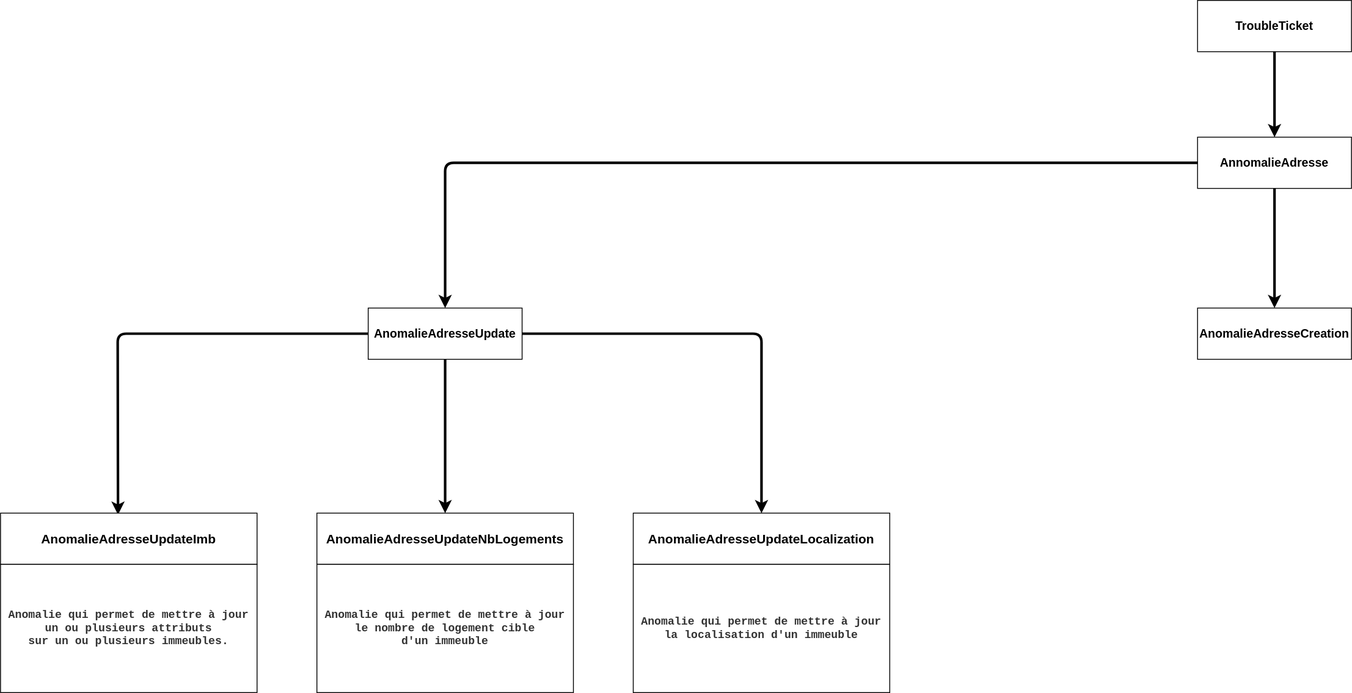
before-interop/anomalieAdresse keeps this draw.io diagram as type.drawio.svg. Above is the earlier version. Source tidied: cells renumbered, new cells last; positions are measured from the earlier drawing's top-left corner, leaving out a move shared by most shapes.
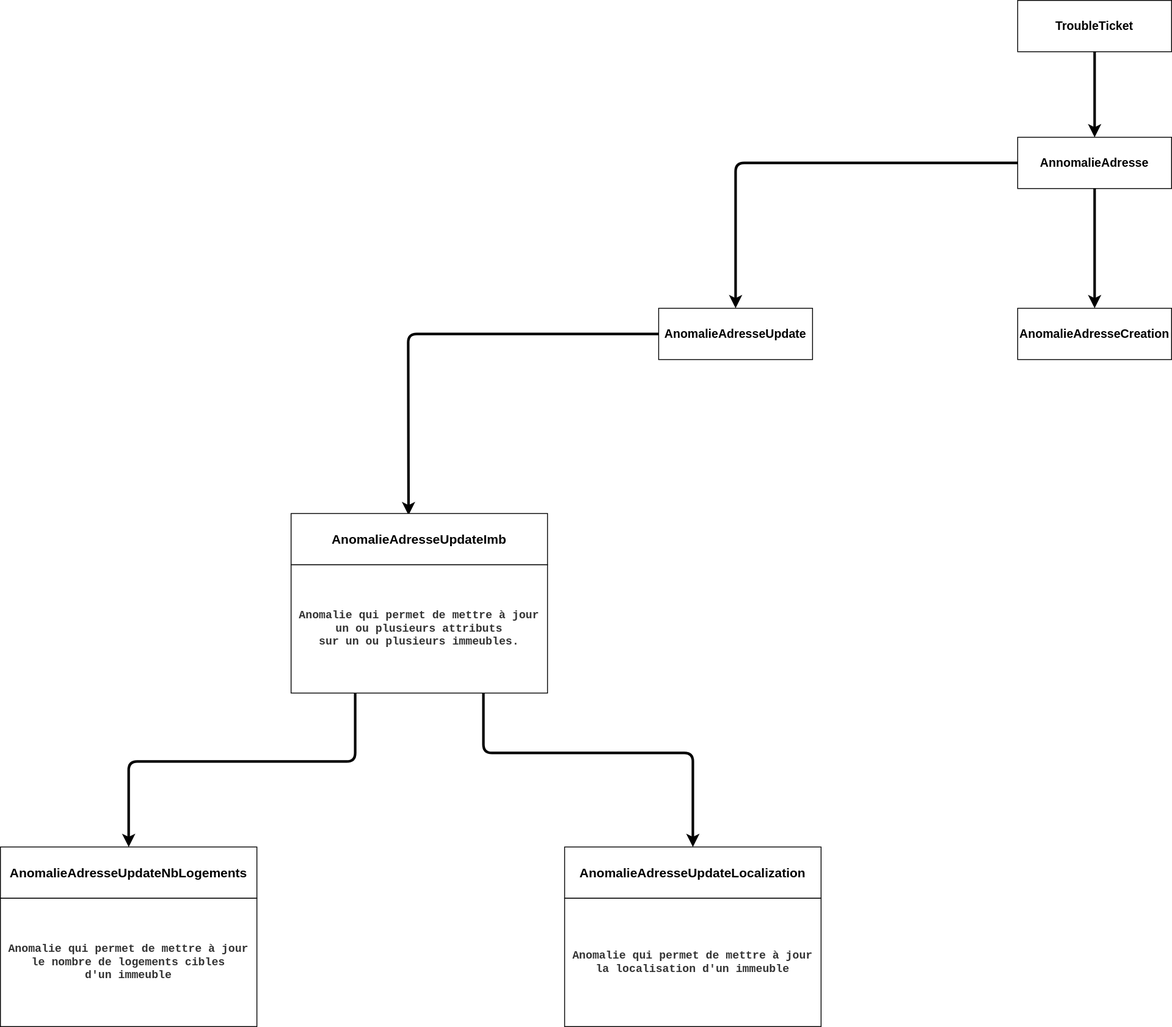
The same file after the commit.

Diff of the diagram source:
```diff
@@ -6,7 +6,7 @@
       <mxGeometry relative="1" as="geometry" />
     </mxCell>
     <mxCell id="3" value="TroubleTicket" style="rounded=0;whiteSpace=wrap;html=1;fontStyle=1;fontSize=14;" parent="1" vertex="1">
-      <mxGeometry x="1400" width="180" height="60" as="geometry" />
+      <mxGeometry x="850" width="180" height="60" as="geometry" />
     </mxCell>
     <mxCell id="4" style="edgeStyle=none;html=1;entryX=0.5;entryY=0;entryDx=0;entryDy=0;strokeWidth=3;" parent="1" edge="1" source="6" target="10">
       <mxGeometry relative="1" as="geometry">
@@ -19,7 +19,7 @@
       <mxGeometry relative="1" as="geometry" />
     </mxCell>
     <mxCell id="6" value="AnnomalieAdresse" style="rounded=0;whiteSpace=wrap;html=1;fontStyle=1;fontSize=14;" parent="1" vertex="1">
-      <mxGeometry x="1400" y="160" width="180" height="60" as="geometry" />
+      <mxGeometry x="850" y="160" width="180" height="60" as="geometry" />
     </mxCell>
     <mxCell id="7" style="edgeStyle=none;html=1;entryX=0.458;entryY=0.032;entryDx=0;entryDy=0;entryPerimeter=0;strokeWidth=3;" parent="1" edge="1" source="10" target="11">
       <mxGeometry relative="1" as="geometry">
@@ -28,13 +28,19 @@
         </Array>
       </mxGeometry>
     </mxCell>
-    <mxCell id="8" style="edgeStyle=none;html=1;strokeWidth=3;" parent="1" edge="1" source="10" target="12">
-      <mxGeometry relative="1" as="geometry" />
+    <mxCell id="8" style="edgeStyle=none;html=1;strokeWidth=3;exitX=0.25;exitY=1;exitDx=0;exitDy=0;" parent="1" edge="1" source="15" target="12">
+      <mxGeometry relative="1" as="geometry">
+        <Array as="points">
+          <mxPoint x="75" y="890" />
+          <mxPoint x="-190" y="890" />
+        </Array>
+      </mxGeometry>
     </mxCell>
-    <mxCell id="9" style="edgeStyle=none;html=1;entryX=0.5;entryY=0;entryDx=0;entryDy=0;strokeWidth=3;" parent="1" edge="1" source="10" target="13">
+    <mxCell id="9" style="edgeStyle=none;html=1;entryX=0.5;entryY=0;entryDx=0;entryDy=0;strokeWidth=3;exitX=0.75;exitY=1;exitDx=0;exitDy=0;" parent="1" edge="1" source="15" target="13">
       <mxGeometry relative="1" as="geometry">
         <Array as="points">
-          <mxPoint x="890" y="390" />
+          <mxPoint x="225" y="880" />
+          <mxPoint x="470" y="880" />
         </Array>
       </mxGeometry>
     </mxCell>
@@ -45,22 +51,22 @@
       <mxGeometry y="600" width="300" height="60" as="geometry" />
     </mxCell>
     <mxCell id="12" value="AnomalieAdresseUpdateNbLogements" style="rounded=0;whiteSpace=wrap;html=1;fontStyle=1;fontSize=15;" parent="1" vertex="1">
-      <mxGeometry x="370" y="600" width="300" height="60" as="geometry" />
+      <mxGeometry x="-340" y="990" width="300" height="60" as="geometry" />
     </mxCell>
     <mxCell id="13" value="AnomalieAdresseUpdateLocalization" style="rounded=0;whiteSpace=wrap;html=1;fontStyle=1;fontSize=15;" parent="1" vertex="1">
-      <mxGeometry x="740" y="600" width="300" height="60" as="geometry" />
+      <mxGeometry x="320" y="990" width="300" height="60" as="geometry" />
     </mxCell>
     <mxCell id="14" value="AnomalieAdresseCreation" style="rounded=0;whiteSpace=wrap;html=1;fontStyle=1;fontSize=14;" parent="1" vertex="1">
-      <mxGeometry x="1400" y="360" width="180" height="60" as="geometry" />
+      <mxGeometry x="850" y="360" width="180" height="60" as="geometry" />
     </mxCell>
     <mxCell id="15" value="&lt;div style=&quot;font-size: 13px;&quot;&gt;Anomalie qui permet de mettre à jour&lt;/div&gt;&lt;div style=&quot;font-size: 13px;&quot;&gt;un ou plusieurs attributs&lt;/div&gt;&lt;div style=&quot;font-size: 13px;&quot;&gt;sur un ou plusieurs immeubles.&lt;/div&gt;" style="rounded=0;whiteSpace=wrap;html=1;fontFamily=Courier New;fontColor=#333333;fontSize=13;fontStyle=1;" parent="1" vertex="1">
       <mxGeometry y="660" width="300" height="150" as="geometry" />
     </mxCell>
-    <mxCell id="16" value="&lt;div style=&quot;font-size: 13px;&quot;&gt;Anomalie qui permet de mettre à jour&lt;/div&gt;&lt;div style=&quot;font-size: 13px;&quot;&gt;le nombre de logement cible&lt;/div&gt;&lt;div style=&quot;font-size: 13px;&quot;&gt;d'un immeuble&lt;/div&gt;" style="rounded=0;whiteSpace=wrap;html=1;fontFamily=Courier New;fontColor=#333333;fontSize=13;fontStyle=1;" parent="1" vertex="1">
-      <mxGeometry x="370" y="660" width="300" height="150" as="geometry" />
+    <mxCell id="16" value="&lt;div style=&quot;font-size: 13px;&quot;&gt;Anomalie qui permet de mettre à jour&lt;/div&gt;&lt;div style=&quot;font-size: 13px;&quot;&gt;le nombre de logements cibles&lt;/div&gt;&lt;div style=&quot;font-size: 13px;&quot;&gt;d'un immeuble&lt;/div&gt;" style="rounded=0;whiteSpace=wrap;html=1;fontFamily=Courier New;fontColor=#333333;fontSize=13;fontStyle=1;" parent="1" vertex="1">
+      <mxGeometry x="-340" y="1050" width="300" height="150" as="geometry" />
     </mxCell>
     <mxCell id="17" value="&lt;div style=&quot;font-size: 13px;&quot;&gt;Anomalie qui permet de mettre à jour&lt;/div&gt;&lt;div style=&quot;font-size: 13px;&quot;&gt;la localisation d'un immeuble&lt;/div&gt;" style="rounded=0;whiteSpace=wrap;html=1;fontFamily=Courier New;fontColor=#333333;fontSize=13;fontStyle=1;" parent="1" vertex="1">
-      <mxGeometry x="740" y="660" width="300" height="150" as="geometry" />
+      <mxGeometry x="320" y="1050" width="300" height="150" as="geometry" />
     </mxCell>
   </root>
 </mxGraphModel>
```
